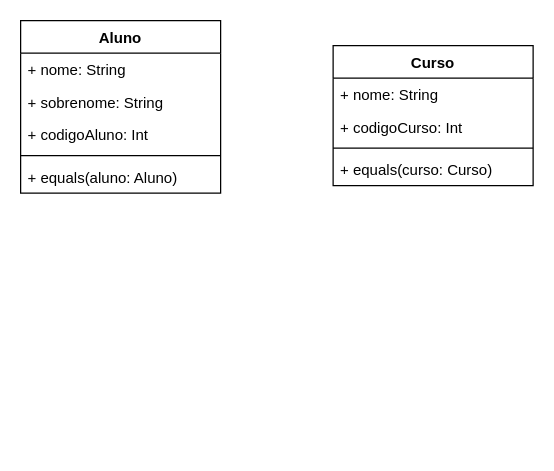
The draw.io diagram out/production/desafioKotlin/br/digitalhouse/com/desafioKotlin/desafioKotlin.drawio in AlineCruzDEV/desafioKotlin, before the edit. Source tidied: cells renumbered, new cells numbered last; positions are measured from the earlier drawing's top-left corner, leaving out a move shared by most shapes. Both pictures are drawn from the tidied source at 125%, with x=0, y=0 at pixel (20, 20).
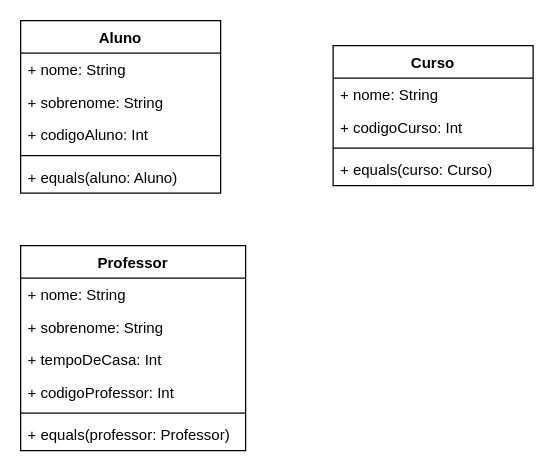
After the change.

Commit message (it also covers changes not shown here):
Parte C - Classe Professor

Change to the diagram source:
```diff
@@
 <mxGraphModel>
   <root>
     <mxCell id="0" />
     <mxCell id="1" parent="0" />
     <mxCell id="2" value="Aluno" style="swimlane;fontStyle=1;align=center;verticalAlign=top;horizontal=1;startSize=26;" parent="1" vertex="1">
       <mxGeometry width="160" height="138" as="geometry" />
     </mxCell>
     <mxCell id="3" value="+ nome: String" style="text;strokeColor=none;fillColor=none;align=left;verticalAlign=top;spacingLeft=4;spacingRight=4;overflow=hidden;" parent="2" vertex="1">
       <mxGeometry y="26" width="160" height="26" as="geometry" />
     </mxCell>
     <mxCell id="4" value="+ sobrenome: String" style="text;strokeColor=none;fillColor=none;align=left;verticalAlign=top;spacingLeft=4;spacingRight=4;overflow=hidden;" parent="2" vertex="1">
       <mxGeometry y="52" width="160" height="26" as="geometry" />
     </mxCell>
     <mxCell id="5" value="+ codigoAluno: Int" style="text;strokeColor=none;fillColor=none;align=left;verticalAlign=top;spacingLeft=4;spacingRight=4;overflow=hidden;" parent="2" vertex="1">
       <mxGeometry y="78" width="160" height="26" as="geometry" />
     </mxCell>
     <mxCell id="6" style="line;strokeWidth=1;fillColor=none;align=left;verticalAlign=middle;spacingTop=-1;spacingLeft=3;spacingRight=3;labelPosition=right;" parent="2" vertex="1">
       <mxGeometry y="104" width="160" height="8" as="geometry" />
     </mxCell>
     <mxCell id="7" value="+ equals(aluno: Aluno)" style="text;strokeColor=none;fillColor=none;align=left;verticalAlign=top;spacingLeft=4;spacingRight=4;overflow=hidden;" parent="2" vertex="1">
       <mxGeometry y="112" width="160" height="26" as="geometry" />
     </mxCell>
     <mxCell id="8" value="Curso" style="swimlane;fontStyle=1;align=center;verticalAlign=top;horizontal=1;startSize=26;" parent="1" vertex="1">
       <mxGeometry x="250" y="20" width="160" height="112" as="geometry" />
     </mxCell>
     <mxCell id="9" value="+ nome: String" style="text;strokeColor=none;fillColor=none;align=left;verticalAlign=top;spacingLeft=4;spacingRight=4;overflow=hidden;" parent="8" vertex="1">
       <mxGeometry y="26" width="160" height="26" as="geometry" />
     </mxCell>
     <mxCell id="10" value="+ codigoCurso: Int" style="text;strokeColor=none;fillColor=none;align=left;verticalAlign=top;spacingLeft=4;spacingRight=4;overflow=hidden;" parent="8" vertex="1">
       <mxGeometry y="52" width="160" height="26" as="geometry" />
     </mxCell>
     <mxCell id="11" style="line;strokeWidth=1;fillColor=none;align=left;verticalAlign=middle;spacingTop=-1;spacingLeft=3;spacingRight=3;labelPosition=right;" parent="8" vertex="1">
       <mxGeometry y="78" width="160" height="8" as="geometry" />
     </mxCell>
     <mxCell id="12" value="+ equals(curso: Curso)" style="text;strokeColor=none;fillColor=none;align=left;verticalAlign=top;spacingLeft=4;spacingRight=4;overflow=hidden;" parent="8" vertex="1">
       <mxGeometry y="86" width="160" height="26" as="geometry" />
     </mxCell>
+    <mxCell id="13" value="Professor" style="swimlane;fontStyle=1;align=center;verticalAlign=top;horizontal=1;startSize=26;" parent="1" vertex="1">
+      <mxGeometry y="180" width="180" height="164" as="geometry" />
+    </mxCell>
+    <mxCell id="14" value="+ nome: String" style="text;strokeColor=none;fillColor=none;align=left;verticalAlign=top;spacingLeft=4;spacingRight=4;overflow=hidden;" parent="13" vertex="1">
+      <mxGeometry y="26" width="180" height="26" as="geometry" />
+    </mxCell>
+    <mxCell id="15" value="+ sobrenome: String" style="text;strokeColor=none;fillColor=none;align=left;verticalAlign=top;spacingLeft=4;spacingRight=4;overflow=hidden;" parent="13" vertex="1">
+      <mxGeometry y="52" width="180" height="26" as="geometry" />
+    </mxCell>
+    <mxCell id="16" value="+ tempoDeCasa: Int" style="text;strokeColor=none;fillColor=none;align=left;verticalAlign=top;spacingLeft=4;spacingRight=4;overflow=hidden;" parent="13" vertex="1">
+      <mxGeometry y="78" width="180" height="26" as="geometry" />
+    </mxCell>
+    <mxCell id="17" value="+ codigoProfessor: Int" style="text;strokeColor=none;fillColor=none;align=left;verticalAlign=top;spacingLeft=4;spacingRight=4;overflow=hidden;" parent="13" vertex="1">
+      <mxGeometry y="104" width="180" height="26" as="geometry" />
+    </mxCell>
+    <mxCell id="18" style="line;strokeWidth=1;fillColor=none;align=left;verticalAlign=middle;spacingTop=-1;spacingLeft=3;spacingRight=3;labelPosition=right;" parent="13" vertex="1">
+      <mxGeometry y="130" width="180" height="8" as="geometry" />
+    </mxCell>
+    <mxCell id="19" value="+ equals(professor: Professor)" style="text;strokeColor=none;fillColor=none;align=left;verticalAlign=top;spacingLeft=4;spacingRight=4;overflow=hidden;" parent="13" vertex="1">
+      <mxGeometry y="138" width="180" height="26" as="geometry" />
+    </mxCell>
   </root>
 </mxGraphModel>
```
